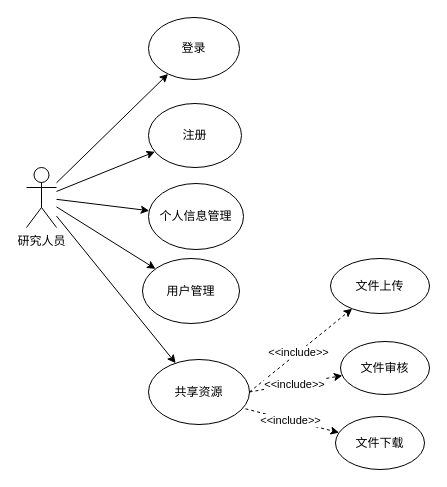
Before: page "第 5 页" (5 of 5) of bishe.drawio in chensiyi0904/draw.io, a draw.io diagram. Source tidied: cells renumbered, new cells numbered last; positions are measured from the earlier drawing's top-left corner, leaving out a move shared by most shapes. Both pictures are drawn from the tidied source at 100%, with x=0, y=0 at pixel (26, 17).
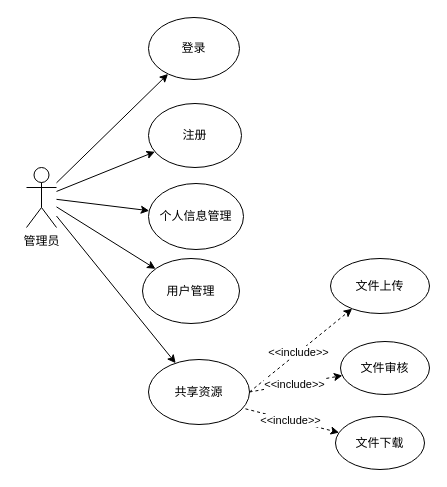
The same page after the edit.

What changed in the source:
```diff
@@
-    <mxCell id="2" value="研究人员" style="shape=umlActor;verticalLabelPosition=bottom;verticalAlign=top;html=1;outlineConnect=0;" parent="1" vertex="1">
+    <mxCell id="2" value="管理员" style="shape=umlActor;verticalLabelPosition=bottom;verticalAlign=top;html=1;outlineConnect=0;" parent="1" vertex="1">
       <mxGeometry y="150" width="30" height="60" as="geometry" />
     </mxCell>
```
